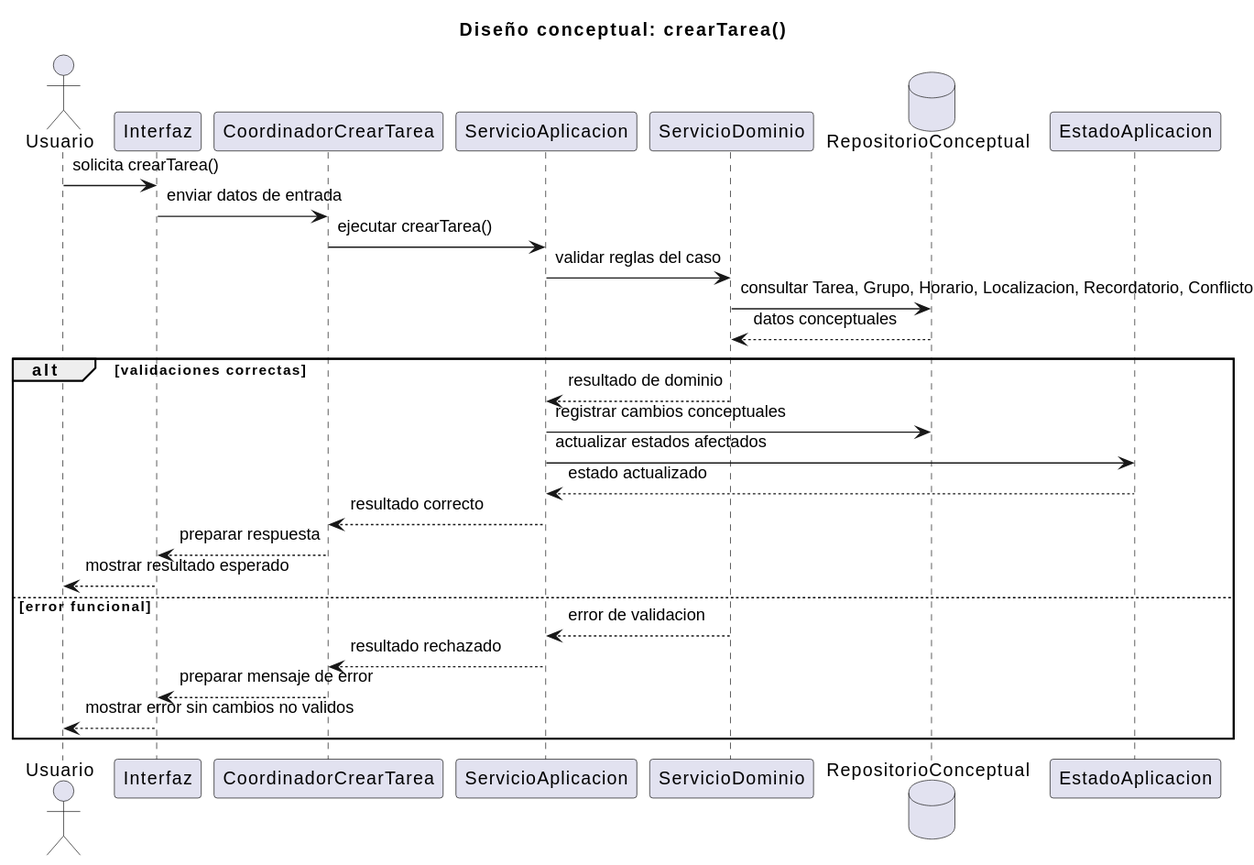
This is documents/RUP/02-diseño/casos-uso/gestion-tareas/crearTarea/secuencia.svg from inigovaqueroo04/25-26-idsw2-sdVC, a PlantUML export, as it was before one commit. Source of this version:
```plantuml
@startuml
title Diseño conceptual: crearTarea()

actor "Usuario" as Usuario
participant "Interfaz" as Interfaz
participant "CoordinadorCrearTarea" as Coordinador
participant "ServicioAplicacion" as ServicioAplicacion
participant "ServicioDominio" as ServicioDominio
database "RepositorioConceptual" as Repositorio
participant "EstadoAplicacion" as EstadoAplicacion

Usuario -> Interfaz : solicita crearTarea()
Interfaz -> Coordinador : enviar datos de entrada
Coordinador -> ServicioAplicacion : ejecutar crearTarea()
ServicioAplicacion -> ServicioDominio : validar reglas del caso
ServicioDominio -> Repositorio : consultar Tarea, Grupo, Horario, Localizacion, Recordatorio, ConflictoHorario
Repositorio --> ServicioDominio : datos conceptuales

alt validaciones correctas
  ServicioDominio --> ServicioAplicacion : resultado de dominio
  ServicioAplicacion -> Repositorio : registrar cambios conceptuales
  ServicioAplicacion -> EstadoAplicacion : actualizar estados afectados
  EstadoAplicacion --> ServicioAplicacion : estado actualizado
  ServicioAplicacion --> Coordinador : resultado correcto
  Coordinador --> Interfaz : preparar respuesta
  Interfaz --> Usuario : mostrar resultado esperado
else error funcional
  ServicioDominio --> ServicioAplicacion : error de validacion
  ServicioAplicacion --> Coordinador : resultado rechazado
  Coordinador --> Interfaz : preparar mensaje de error
  Interfaz --> Usuario : mostrar error sin cambios no validos
end
@enduml
```
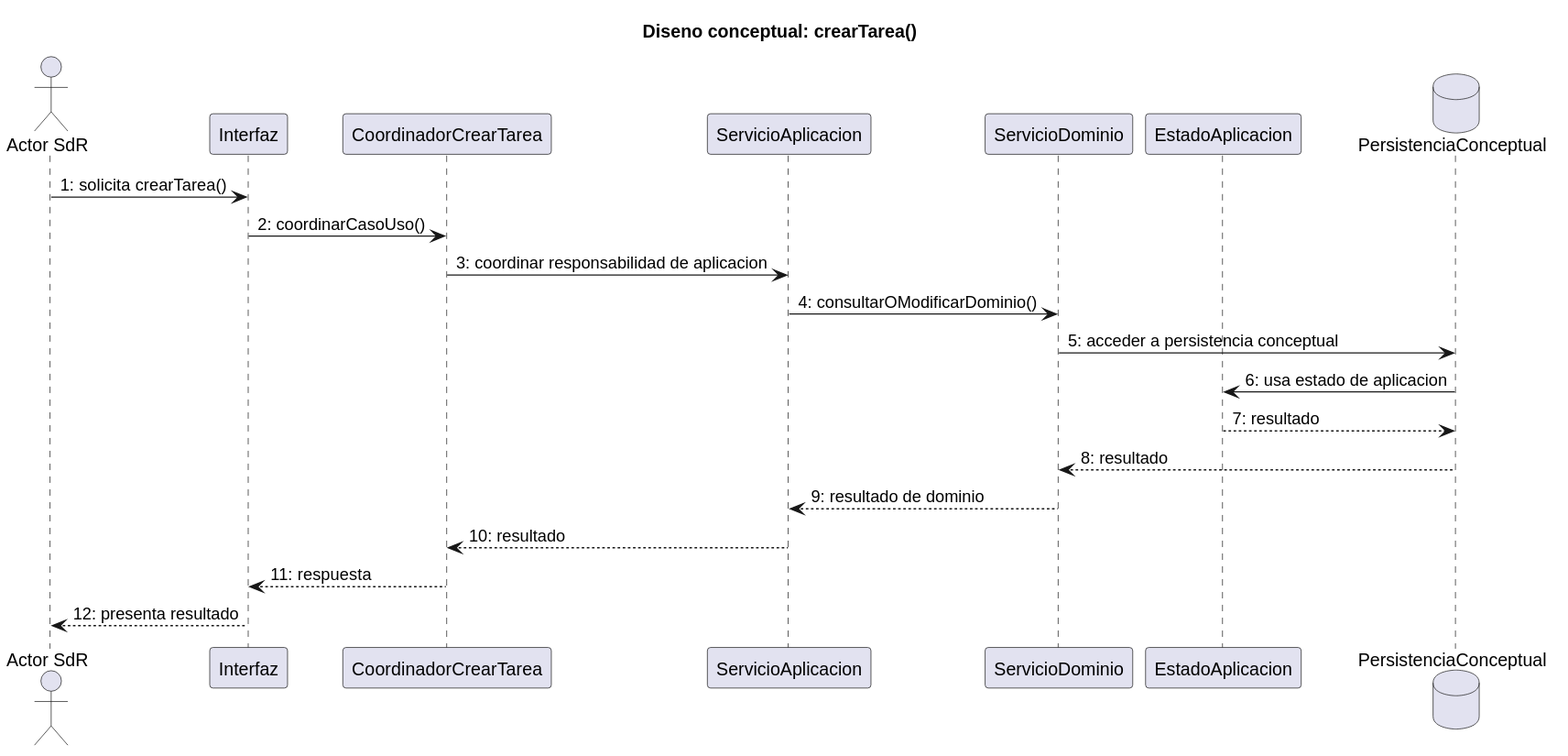
Later version of the same file.

Commit message:
docs: ajustar diseno de crear tarea

Change to the diagram source:
```diff
@@ -1,33 +1,24 @@
 @startuml
-title Diseño conceptual: crearTarea()
+title Diseno conceptual: crearTarea()
 
-actor "Usuario" as Usuario
+actor "Actor SdR" as Actor
 participant "Interfaz" as Interfaz
 participant "CoordinadorCrearTarea" as Coordinador
 participant "ServicioAplicacion" as ServicioAplicacion
 participant "ServicioDominio" as ServicioDominio
-database "RepositorioConceptual" as Repositorio
 participant "EstadoAplicacion" as EstadoAplicacion
+database "PersistenciaConceptual" as Persistencia
 
-Usuario -> Interfaz : solicita crearTarea()
-Interfaz -> Coordinador : enviar datos de entrada
-Coordinador -> ServicioAplicacion : ejecutar crearTarea()
-ServicioAplicacion -> ServicioDominio : validar reglas del caso
-ServicioDominio -> Repositorio : consultar Tarea, Grupo, Horario, Localizacion, Recordatorio, ConflictoHorario
-Repositorio --> ServicioDominio : datos conceptuales
-
-alt validaciones correctas
-  ServicioDominio --> ServicioAplicacion : resultado de dominio
-  ServicioAplicacion -> Repositorio : registrar cambios conceptuales
-  ServicioAplicacion -> EstadoAplicacion : actualizar estados afectados
-  EstadoAplicacion --> ServicioAplicacion : estado actualizado
-  ServicioAplicacion --> Coordinador : resultado correcto
-  Coordinador --> Interfaz : preparar respuesta
-  Interfaz --> Usuario : mostrar resultado esperado
-else error funcional
-  ServicioDominio --> ServicioAplicacion : error de validacion
-  ServicioAplicacion --> Coordinador : resultado rechazado
-  Coordinador --> Interfaz : preparar mensaje de error
-  Interfaz --> Usuario : mostrar error sin cambios no validos
-end
+Actor -> Interfaz : 1: solicita crearTarea()
+Interfaz -> Coordinador : 2: coordinarCasoUso()
+Coordinador -> ServicioAplicacion : 3: coordinar responsabilidad de aplicacion
+ServicioAplicacion -> ServicioDominio : 4: consultarOModificarDominio()
+ServicioDominio -> Persistencia : 5: acceder a persistencia conceptual
+Persistencia -> EstadoAplicacion : 6: usa estado de aplicacion
+EstadoAplicacion --> Persistencia : 7: resultado
+Persistencia --> ServicioDominio : 8: resultado
+ServicioDominio --> ServicioAplicacion : 9: resultado de dominio
+ServicioAplicacion --> Coordinador : 10: resultado
+Coordinador --> Interfaz : 11: respuesta
+Interfaz --> Actor : 12: presenta resultado
 @enduml
```
